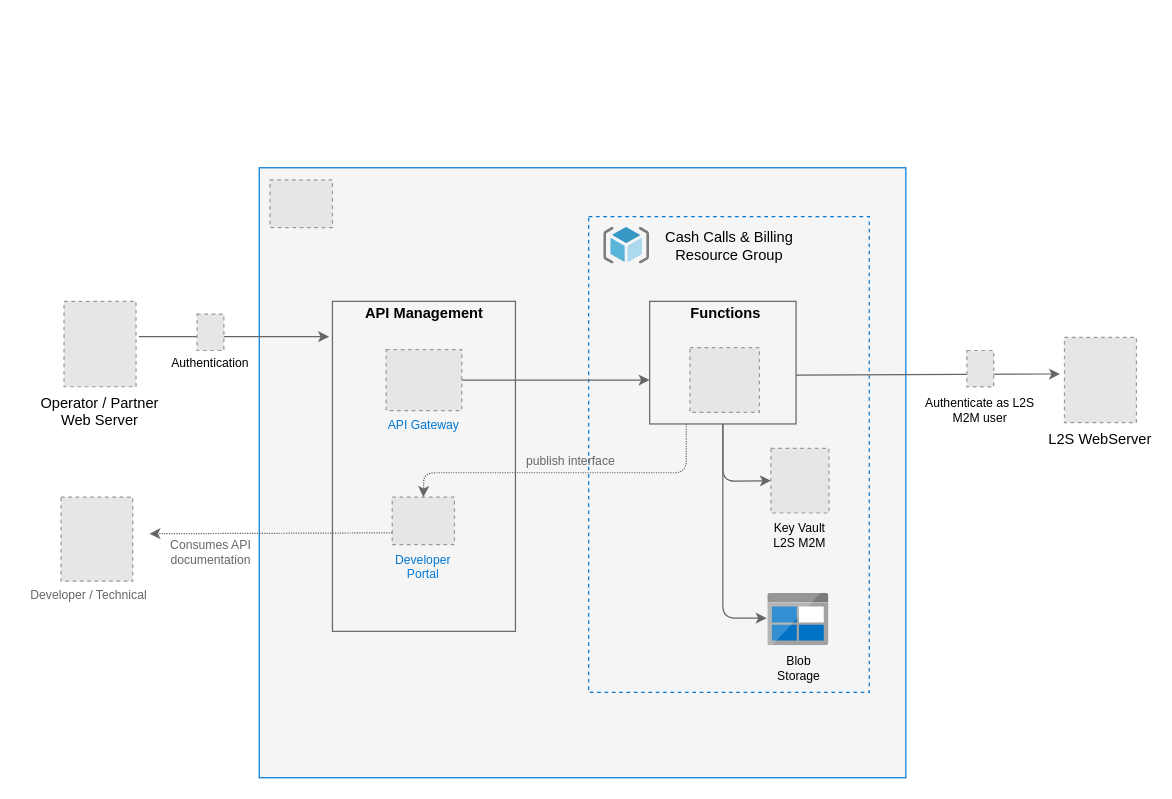
danielfiskvik/Misc keeps this draw.io diagram as CloudAzure_CashCallsAndBilling.drawio. Above is the earlier version. Source tidied: cells renumbered, new cells numbered last; positions are measured from the earlier drawing's top-left corner, leaving out a move shared by most shapes. Both pictures are drawn from the tidied source at 122%, with x=0, y=0 at pixel (21, 167). Pictures stored in the file or linked from it are replaced by grey dashed boxes.
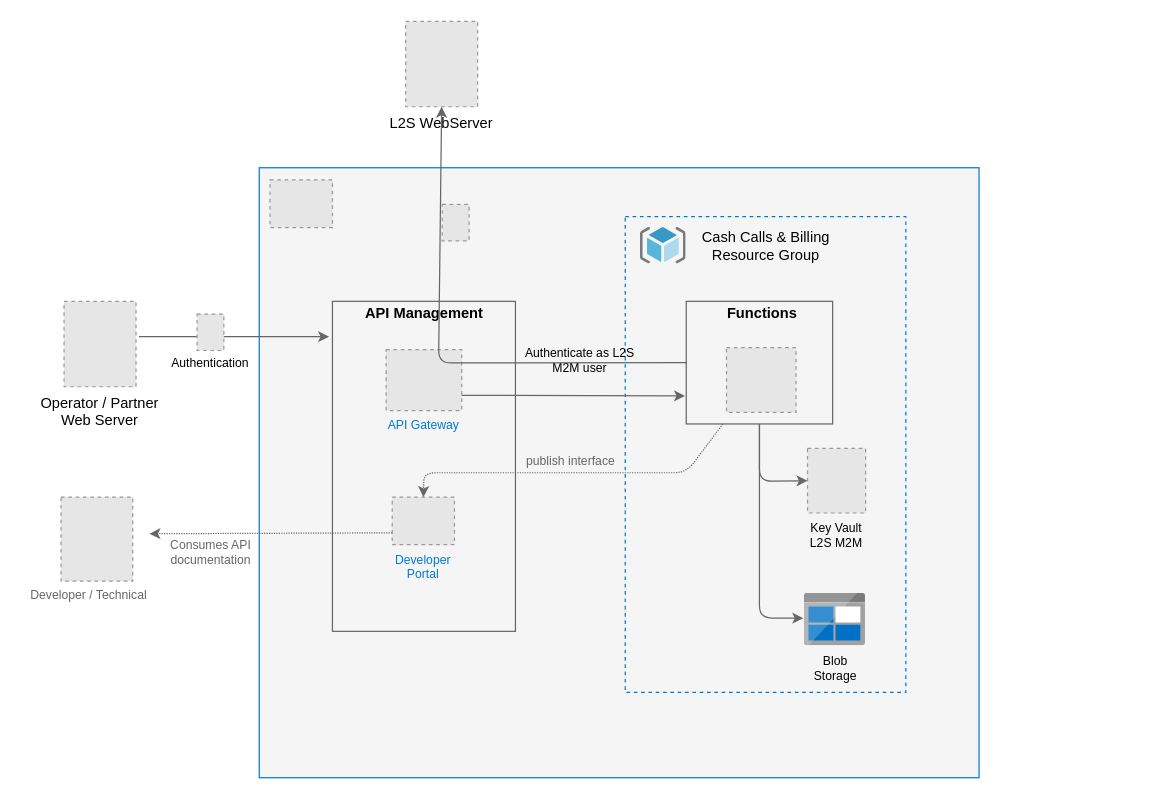
The same page after the edit.

The change refers to these unchanged cells:
```xml
<mxCell id="5" value="API Gateway" style="fillColor=#E6E6E6;strokeColor=#999999;dashed=1;verticalLabelPosition=bottom;labelBackgroundColor=#F5F5F5;verticalAlign=top;fontSize=10;fontColor=#0078D7;" parent="1" vertex="1">
  <mxGeometry x="299" y="149" width="62" height="50" as="geometry" />
</mxCell>
```

Diff of the diagram source:
```diff
@@
     <mxCell id="2" style="rounded=0;whiteSpace=wrap;html=1;fillColor=#f5f5f5;fontColor=#333333;verticalAlign=top;strokeColor=#0078D7;" parent="1" vertex="1">
-      <mxGeometry x="195" width="530" height="500" as="geometry" />
+      <mxGeometry x="195" width="590" height="500" as="geometry" />
     </mxCell>
@@
     <mxCell id="9" value="L2S WebServer" style="fillColor=#E6E6E6;strokeColor=#999999;dashed=1;verticalLabelPosition=bottom;labelBackgroundColor=none;verticalAlign=top;" parent="1" vertex="1">
-      <mxGeometry x="855" y="139" width="59" height="70" as="geometry" />
+      <mxGeometry x="315" y="-120" width="59" height="70" as="geometry" />
     </mxCell>
@@
-    <mxCell id="11" value="Authenticate as L2S M2M user" style="text;html=1;strokeColor=none;fillColor=none;align=center;verticalAlign=middle;whiteSpace=wrap;rounded=0;labelBackgroundColor=none;fontSize=10;" parent="1" vertex="1">
-      <mxGeometry x="736" y="189" width="100" height="20" as="geometry" />
-    </mxCell>
     <mxCell id="12" style="rounded=0;whiteSpace=wrap;html=1;labelBackgroundColor=none;fillColor=none;dashed=1;strokeColor=#0078D7;" parent="1" vertex="1">
-      <mxGeometry x="465" y="40" width="230" height="390" as="geometry" />
+      <mxGeometry x="495" y="40" width="230" height="390" as="geometry" />
     </mxCell>
     <mxCell id="13" style="html=1;align=center;image;fontSize=12;image=img/lib/mscae/ResourceGroup.svg;dashed=1;labelBackgroundColor=none;strokeColor=#007fff;fillColor=none;" parent="1" vertex="1">
-      <mxGeometry x="477.5" y="49" width="37.5" height="30" as="geometry" />
+      <mxGeometry x="507.5" y="49" width="37.5" height="30" as="geometry" />
     </mxCell>
     <mxCell id="14" value="Cash Calls &amp;amp; Billing&lt;br&gt;Resource Group" style="text;html=1;align=center;verticalAlign=middle;" parent="1" vertex="1">
-      <mxGeometry x="520" y="49" width="120" height="30" as="geometry" />
+      <mxGeometry x="550" y="49" width="120" height="30" as="geometry" />
     </mxCell>
@@
     <mxCell id="16" style="rounded=0;whiteSpace=wrap;html=1;fillColor=#f5f5f5;fontColor=#333333;strokeColor=#666666;" parent="1" vertex="1">
-      <mxGeometry x="515" y="109.5" width="120" height="100.5" as="geometry" />
+      <mxGeometry x="545" y="109.5" width="120" height="100.5" as="geometry" />
     </mxCell>
     <mxCell id="17" style="fillColor=#E6E6E6;strokeColor=#999999;dashed=1;verticalLabelPosition=bottom;labelBackgroundColor=#F5f5f5;verticalAlign=top;" parent="1" vertex="1">
-      <mxGeometry x="548" y="147.5" width="57" height="53" as="geometry" />
+      <mxGeometry x="578" y="147.5" width="57" height="53" as="geometry" />
     </mxCell>
     <mxCell id="18" value="Key Vault&#10;L2S M2M" style="fillColor=#E6E6E6;strokeColor=#999999;dashed=1;verticalLabelPosition=bottom;labelBackgroundColor=#F5F5F5;verticalAlign=top;fontSize=10;" parent="1" vertex="1">
-      <mxGeometry x="614.4" y="230" width="47.6" height="53" as="geometry" />
+      <mxGeometry x="644.4" y="230" width="47.6" height="53" as="geometry" />
     </mxCell>
     <mxCell id="19" value="Blob&lt;br style=&quot;font-size: 10px;&quot;&gt;Storage" style="html=1;perimeter=none;align=center;shadow=0;dashed=0;image;fontSize=10;image=img/lib/mscae/BlobBlock.svg;labelBackgroundColor=none;" parent="1" vertex="1">
-      <mxGeometry x="612" y="349.1" width="50" height="42.7" as="geometry" />
+      <mxGeometry x="642" y="349.1" width="50" height="42.7" as="geometry" />
     </mxCell>
     <mxCell id="20" style="endArrow=classic;html=1;strokeColor=#666666;entryX=0;entryY=0.5;entryDx=0;entryDy=0;" parent="1" edge="1" target="18">
       <mxGeometry relative="1" as="geometry">
-        <mxPoint x="575" y="210" as="sourcePoint" />
+        <mxPoint x="605" y="210" as="sourcePoint" />
         <Array as="points">
-          <mxPoint x="575" y="257" />
+          <mxPoint x="605" y="257" />
         </Array>
       </mxGeometry>
     </mxCell>
     <mxCell id="21" style="endArrow=classic;html=1;strokeColor=#666666;entryX=-0.021;entryY=0.472;entryDx=0;entryDy=0;entryPerimeter=0;" parent="1" edge="1" target="19">
       <mxGeometry relative="1" as="geometry">
-        <mxPoint x="575" y="210" as="sourcePoint" />
+        <mxPoint x="605" y="210" as="sourcePoint" />
         <Array as="points">
-          <mxPoint x="575" y="369" />
+          <mxPoint x="605" y="369" />
         </Array>
       </mxGeometry>
     </mxCell>
     <mxCell id="22" value="&lt;font color=&quot;#000000&quot;&gt;&lt;span style=&quot;background-color: rgb(245 , 245 , 245)&quot;&gt;Functions&lt;/span&gt;&lt;/font&gt;" style="text;html=1;align=center;verticalAlign=middle;fontColor=#007FFF;fontStyle=1;" parent="1" vertex="1">
-      <mxGeometry x="541.5" y="109.5" width="70" height="20" as="geometry" />
+      <mxGeometry x="571.5" y="109.5" width="70" height="20" as="geometry" />
     </mxCell>
-    <mxCell id="23" style="endArrow=classic;html=1;strokeColor=#666666;fontColor=#007FFF;exitX=1;exitY=0.5;exitDx=0;exitDy=0;" parent="1" edge="1" source="5">
+    <mxCell id="23" style="endArrow=classic;html=1;strokeColor=#666666;fontColor=#007FFF;exitX=1;exitY=0.75;exitDx=0;exitDy=0;" parent="1" edge="1" source="5">
       <mxGeometry relative="1" as="geometry">
-        <mxPoint x="515" y="174" as="targetPoint" />
+        <mxPoint x="544" y="187" as="targetPoint" />
       </mxGeometry>
     </mxCell>
@@
-    <mxCell id="32" style="endArrow=classic;html=1;strokeColor=#666666;fontSize=10;fontColor=#666666;entryX=-0.062;entryY=0.429;entryDx=0;entryDy=0;entryPerimeter=0;" parent="1" edge="1" target="9">
-      <mxGeometry relative="1" as="geometry">
-        <mxPoint x="635" y="170" as="sourcePoint" />
-      </mxGeometry>
-    </mxCell>
     <mxCell id="33" style="fillColor=#E6E6E6;strokeColor=#999999;dashed=1;verticalLabelPosition=bottom;labelBackgroundColor=#ffffff;verticalAlign=top;" parent="1" vertex="1">
-      <mxGeometry x="775" y="149.8" width="22" height="29.9" as="geometry" />
+      <mxGeometry x="345" y="30" width="22" height="29.9" as="geometry" />
     </mxCell>
+    <mxCell id="11" value="Authenticate as L2S M2M user" style="text;html=1;strokeColor=none;fillColor=none;align=center;verticalAlign=middle;whiteSpace=wrap;rounded=0;labelBackgroundColor=none;fontSize=10;" parent="1" vertex="1">
+      <mxGeometry x="407.5" y="147.5" width="100" height="20" as="geometry" />
+    </mxCell>
+    <mxCell id="34" style="endArrow=classic;html=1;strokeColor=#666666;fontSize=10;fontColor=#666666;exitX=0;exitY=0.5;exitDx=0;exitDy=0;entryX=0.5;entryY=1;entryDx=0;entryDy=0;" parent="1" edge="1" source="16" target="9">
+      <mxGeometry relative="1" as="geometry">
+        <Array as="points">
+          <mxPoint x="342" y="160" />
+        </Array>
+      </mxGeometry>
+    </mxCell>
```
